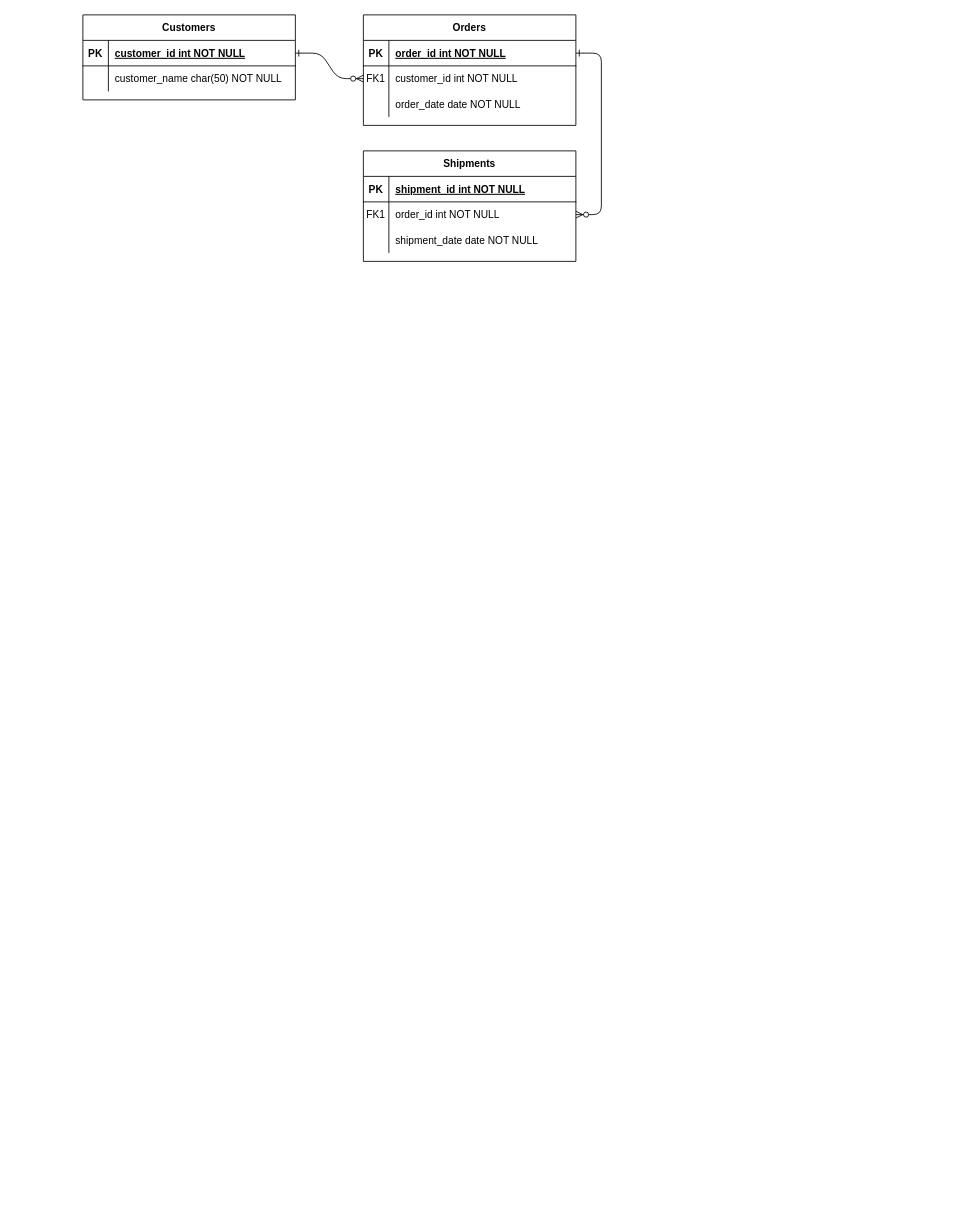
The draw.io diagram Untitled Diagram.drawio in senemedar/sdaISSprojekt, before the edit. Source tidied: cells renumbered, new cells numbered last; positions are measured from the earlier drawing's top-left corner, leaving out a move shared by most shapes. Both pictures are drawn from the tidied source at 85%, with x=0, y=0 at pixel (82, 14).
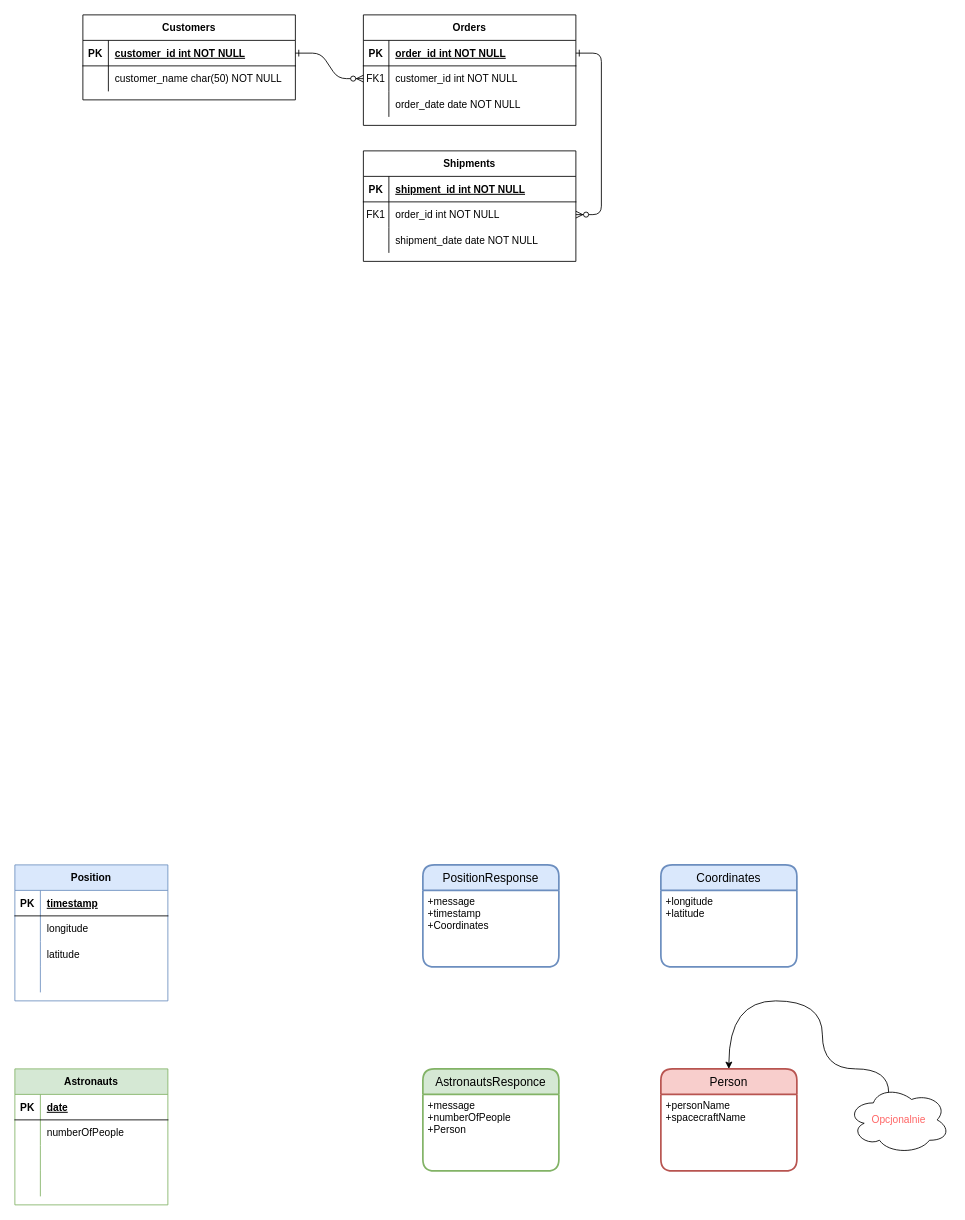
Above is the later version.

Change to the diagram source:
```diff
@@
+    <mxCell id="31" value="Position" style="shape=table;startSize=30;childLayout=tableLayout;rowLines=0;fontStyle=1;align=center;fillColor=#dae8fc;strokeColor=#6c8ebf;" parent="1" vertex="1">
+      <mxGeometry x="-80" y="1000" width="180" height="160" as="geometry" />
+    </mxCell>
+    <mxCell id="32" style="shape=partialRectangle;fillColor=none;top=0;left=0;bottom=1;right=0;" parent="31" vertex="1">
+      <mxGeometry y="30" width="180" height="30" as="geometry" />
+    </mxCell>
+    <mxCell id="33" value="PK" style="shape=partialRectangle;fillColor=none;top=0;left=0;bottom=0;right=0;fontStyle=1;overflow=hidden;" parent="32" vertex="1">
+      <mxGeometry width="30" height="30" as="geometry" />
+    </mxCell>
+    <mxCell id="34" value="timestamp" style="shape=partialRectangle;fillColor=none;top=0;left=0;bottom=0;right=0;align=left;spacingLeft=6;fontStyle=5;overflow=hidden;" parent="32" vertex="1">
+      <mxGeometry x="30" width="150" height="30" as="geometry" />
+    </mxCell>
+    <mxCell id="35" style="shape=partialRectangle;fillColor=none;top=0;left=0;bottom=0;right=0;" parent="31" vertex="1">
+      <mxGeometry y="60" width="180" height="30" as="geometry" />
+    </mxCell>
+    <mxCell id="36" style="shape=partialRectangle;fillColor=none;top=0;left=0;bottom=0;right=0;overflow=hidden;" parent="35" vertex="1">
+      <mxGeometry width="30" height="30" as="geometry" />
+    </mxCell>
+    <mxCell id="37" value="longitude" style="shape=partialRectangle;fillColor=none;top=0;left=0;bottom=0;right=0;align=left;spacingLeft=6;overflow=hidden;" parent="35" vertex="1">
+      <mxGeometry x="30" width="150" height="30" as="geometry" />
+    </mxCell>
+    <mxCell id="38" style="shape=partialRectangle;fillColor=none;top=0;left=0;bottom=0;right=0;" parent="31" vertex="1">
+      <mxGeometry y="90" width="180" height="30" as="geometry" />
+    </mxCell>
+    <mxCell id="39" style="shape=partialRectangle;fillColor=none;top=0;left=0;bottom=0;right=0;overflow=hidden;" parent="38" vertex="1">
+      <mxGeometry width="30" height="30" as="geometry" />
+    </mxCell>
+    <mxCell id="40" value="latitude" style="shape=partialRectangle;fillColor=none;top=0;left=0;bottom=0;right=0;align=left;spacingLeft=6;overflow=hidden;" parent="38" vertex="1">
+      <mxGeometry x="30" width="150" height="30" as="geometry" />
+    </mxCell>
+    <mxCell id="41" style="shape=partialRectangle;fillColor=none;top=0;left=0;bottom=0;right=0;" parent="31" vertex="1">
+      <mxGeometry y="120" width="180" height="30" as="geometry" />
+    </mxCell>
+    <mxCell id="42" style="shape=partialRectangle;fillColor=none;top=0;left=0;bottom=0;right=0;overflow=hidden;" parent="41" vertex="1">
+      <mxGeometry width="30" height="30" as="geometry" />
+    </mxCell>
+    <mxCell id="43" style="shape=partialRectangle;fillColor=none;top=0;left=0;bottom=0;right=0;align=left;spacingLeft=6;overflow=hidden;" parent="41" vertex="1">
+      <mxGeometry x="30" width="150" height="30" as="geometry" />
+    </mxCell>
+    <mxCell id="44" value="PositionResponse" style="swimlane;horizontal=1;startSize=30;rounded=1;fontSize=14;fontStyle=0;strokeWidth=2;shadow=0;dashed=0;align=center;fillColor=#dae8fc;strokeColor=#6c8ebf;" parent="1" vertex="1">
+      <mxGeometry x="400" y="1000" width="160" height="120" as="geometry" />
+    </mxCell>
+    <mxCell id="45" value="+message&#10;+timestamp&#10;+Coordinates" style="align=left;strokeColor=none;fillColor=none;spacingLeft=4;fontSize=12;verticalAlign=top;" parent="44" vertex="1">
+      <mxGeometry y="30" width="160" height="90" as="geometry" />
+    </mxCell>
+    <mxCell id="46" value="Astronauts" style="shape=table;startSize=30;childLayout=tableLayout;rowLines=0;fontStyle=1;align=center;fillColor=#d5e8d4;strokeColor=#82b366;" parent="1" vertex="1">
+      <mxGeometry x="-80" y="1240" width="180" height="160" as="geometry" />
+    </mxCell>
+    <mxCell id="47" style="shape=partialRectangle;fillColor=none;top=0;left=0;bottom=1;right=0;" parent="46" vertex="1">
+      <mxGeometry y="30" width="180" height="30" as="geometry" />
+    </mxCell>
+    <mxCell id="48" value="PK" style="shape=partialRectangle;fillColor=none;top=0;left=0;bottom=0;right=0;fontStyle=1;overflow=hidden;" parent="47" vertex="1">
+      <mxGeometry width="30" height="30" as="geometry" />
+    </mxCell>
+    <mxCell id="49" value="date" style="shape=partialRectangle;fillColor=none;top=0;left=0;bottom=0;right=0;align=left;spacingLeft=6;fontStyle=5;overflow=hidden;" parent="47" vertex="1">
+      <mxGeometry x="30" width="150" height="30" as="geometry" />
+    </mxCell>
+    <mxCell id="50" style="shape=partialRectangle;fillColor=none;top=0;left=0;bottom=0;right=0;" parent="46" vertex="1">
+      <mxGeometry y="60" width="180" height="30" as="geometry" />
+    </mxCell>
+    <mxCell id="51" style="shape=partialRectangle;fillColor=none;top=0;left=0;bottom=0;right=0;overflow=hidden;" parent="50" vertex="1">
+      <mxGeometry width="30" height="30" as="geometry" />
+    </mxCell>
+    <mxCell id="52" value="numberOfPeople" style="shape=partialRectangle;fillColor=none;top=0;left=0;bottom=0;right=0;align=left;spacingLeft=6;overflow=hidden;" parent="50" vertex="1">
+      <mxGeometry x="30" width="150" height="30" as="geometry" />
+    </mxCell>
+    <mxCell id="53" style="shape=partialRectangle;fillColor=none;top=0;left=0;bottom=0;right=0;" parent="46" vertex="1">
+      <mxGeometry y="90" width="180" height="30" as="geometry" />
+    </mxCell>
+    <mxCell id="54" style="shape=partialRectangle;fillColor=none;top=0;left=0;bottom=0;right=0;overflow=hidden;" parent="53" vertex="1">
+      <mxGeometry width="30" height="30" as="geometry" />
+    </mxCell>
+    <mxCell id="55" style="shape=partialRectangle;fillColor=none;top=0;left=0;bottom=0;right=0;align=left;spacingLeft=6;overflow=hidden;" parent="53" vertex="1">
+      <mxGeometry x="30" width="150" height="30" as="geometry" />
+    </mxCell>
+    <mxCell id="56" style="shape=partialRectangle;fillColor=none;top=0;left=0;bottom=0;right=0;" parent="46" vertex="1">
+      <mxGeometry y="120" width="180" height="30" as="geometry" />
+    </mxCell>
+    <mxCell id="57" style="shape=partialRectangle;fillColor=none;top=0;left=0;bottom=0;right=0;overflow=hidden;" parent="56" vertex="1">
+      <mxGeometry width="30" height="30" as="geometry" />
+    </mxCell>
+    <mxCell id="58" style="shape=partialRectangle;fillColor=none;top=0;left=0;bottom=0;right=0;align=left;spacingLeft=6;overflow=hidden;" parent="56" vertex="1">
+      <mxGeometry x="30" width="150" height="30" as="geometry" />
+    </mxCell>
+    <mxCell id="59" value="Coordinates" style="swimlane;horizontal=1;startSize=30;rounded=1;fontSize=14;fontStyle=0;strokeWidth=2;shadow=0;dashed=0;align=center;fillColor=#dae8fc;strokeColor=#6c8ebf;" parent="1" vertex="1">
+      <mxGeometry x="680" y="1000" width="160" height="120" as="geometry" />
+    </mxCell>
+    <mxCell id="60" value="+longitude&#10;+latitude" style="align=left;strokeColor=none;fillColor=none;spacingLeft=4;fontSize=12;verticalAlign=top;" parent="59" vertex="1">
+      <mxGeometry y="30" width="160" height="90" as="geometry" />
+    </mxCell>
+    <mxCell id="61" value="AstronautsResponce" style="swimlane;horizontal=1;startSize=30;rounded=1;fontSize=14;fontStyle=0;strokeWidth=2;shadow=0;dashed=0;align=center;fillColor=#d5e8d4;strokeColor=#82b366;" parent="1" vertex="1">
+      <mxGeometry x="400" y="1240" width="160" height="120" as="geometry" />
+    </mxCell>
+    <mxCell id="62" value="+message&#10;+numberOfPeople&#10;+Person" style="align=left;strokeColor=none;fillColor=none;spacingLeft=4;fontSize=12;verticalAlign=top;" parent="61" vertex="1">
+      <mxGeometry y="30" width="160" height="90" as="geometry" />
+    </mxCell>
+    <mxCell id="63" value="Person" style="swimlane;horizontal=1;startSize=30;rounded=1;fontSize=14;fontStyle=0;strokeWidth=2;shadow=0;dashed=0;align=center;fillColor=#f8cecc;strokeColor=#b85450;" parent="1" vertex="1">
+      <mxGeometry x="680" y="1240" width="160" height="120" as="geometry" />
+    </mxCell>
+    <mxCell id="64" value="+personName&#10;+spacecraftName" style="align=left;strokeColor=none;fillColor=none;spacingLeft=4;fontSize=12;verticalAlign=top;" parent="63" vertex="1">
+      <mxGeometry y="30" width="160" height="90" as="geometry" />
+    </mxCell>
+    <mxCell id="65" style="edgeStyle=orthogonalEdgeStyle;rounded=1;jettySize=auto;html=1;exitX=0.4;exitY=0.1;exitDx=0;exitDy=0;exitPerimeter=0;entryX=0.5;entryY=0;entryDx=0;entryDy=0;fontColor=#FF6666;curved=1;" parent="1" edge="1" source="66" target="63">
+      <mxGeometry relative="1" as="geometry">
+        <Array as="points">
+          <mxPoint x="948" y="1240" />
+          <mxPoint x="870" y="1240" />
+          <mxPoint x="870" y="1160" />
+          <mxPoint x="760" y="1160" />
+        </Array>
+      </mxGeometry>
+    </mxCell>
+    <mxCell id="66" value="Opcjonalnie" style="ellipse;shape=cloud;whiteSpace=wrap;html=1;fontColor=#FF6666;" parent="1" vertex="1">
+      <mxGeometry x="900" y="1260" width="120" height="80" as="geometry" />
+    </mxCell>
```
